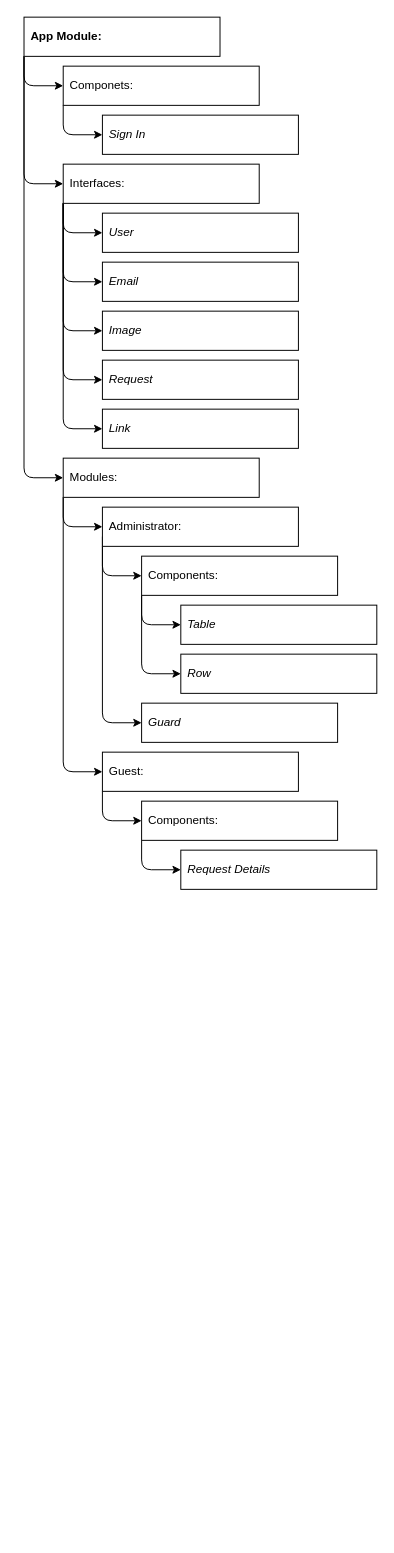
The draw.io diagram design/angulular-building-blocks.drawio in ska-sa/images-hub, before the edit. Source tidied: cells renumbered, new cells numbered last; positions are measured from the earlier drawing's top-left corner, leaving out a move shared by most shapes. Both pictures are drawn from the tidied source at 98%, with x=0, y=0 at pixel (24, 17).
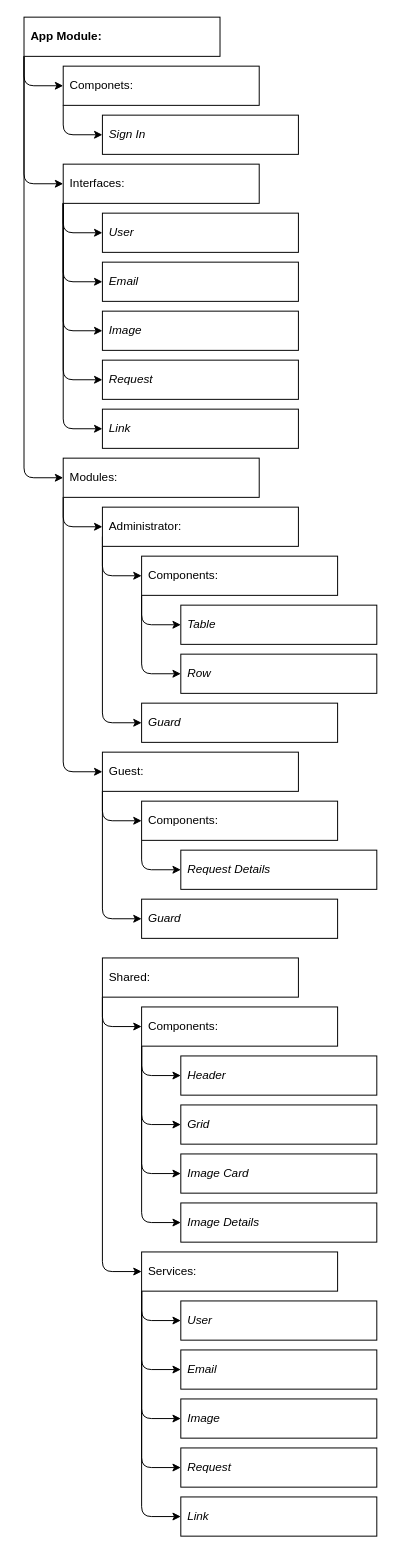
The same page after the edit.

The change refers to these unchanged cells:
```xml
<mxCell id="33" value="Guest:" style="rounded=0;whiteSpace=wrap;html=1;align=left;spacingLeft=5;spacingBottom=5;spacingRight=5;spacingTop=5;" parent="1" vertex="1">
  <mxGeometry x="80" y="750" width="200" height="40" as="geometry" />
</mxCell>
```

The edit, as a diff of the source:
```diff
@@
+    <mxCell id="37" style="edgeStyle=none;html=1;exitX=0;exitY=1;exitDx=0;exitDy=0;entryX=0;entryY=0.5;entryDx=0;entryDy=0;" parent="1" edge="1" source="33" target="38">
+      <mxGeometry relative="1" as="geometry">
+        <Array as="points">
+          <mxPoint x="80" y="920" />
+        </Array>
+      </mxGeometry>
+    </mxCell>
@@
+    <mxCell id="38" value="Guard" style="rounded=0;whiteSpace=wrap;html=1;align=left;spacingLeft=5;spacingBottom=5;spacingRight=5;spacingTop=5;fontStyle=2;" parent="1" vertex="1">
+      <mxGeometry x="120" y="900" width="200" height="40" as="geometry" />
+    </mxCell>
+    <mxCell id="39" style="edgeStyle=none;html=1;exitX=0;exitY=1;exitDx=0;exitDy=0;entryX=0;entryY=0.5;entryDx=0;entryDy=0;" parent="1" edge="1" source="41" target="46">
+      <mxGeometry relative="1" as="geometry">
+        <Array as="points">
+          <mxPoint x="80" y="1030" />
+        </Array>
+      </mxGeometry>
+    </mxCell>
+    <mxCell id="40" style="edgeStyle=none;html=1;exitX=0;exitY=1;exitDx=0;exitDy=0;entryX=0;entryY=0.5;entryDx=0;entryDy=0;" parent="1" edge="1" source="41" target="56">
+      <mxGeometry relative="1" as="geometry">
+        <Array as="points">
+          <mxPoint x="80" y="1280" />
+        </Array>
+      </mxGeometry>
+    </mxCell>
+    <mxCell id="41" value="Shared:" style="rounded=0;whiteSpace=wrap;html=1;align=left;spacingLeft=5;spacingBottom=5;spacingRight=5;spacingTop=5;" parent="1" vertex="1">
+      <mxGeometry x="80" y="960" width="200" height="40" as="geometry" />
+    </mxCell>
+    <mxCell id="42" style="edgeStyle=none;html=1;exitX=0;exitY=1;exitDx=0;exitDy=0;entryX=0;entryY=0.5;entryDx=0;entryDy=0;" parent="1" edge="1" source="46" target="47">
+      <mxGeometry relative="1" as="geometry">
+        <Array as="points">
+          <mxPoint x="120" y="1080" />
+        </Array>
+      </mxGeometry>
+    </mxCell>
+    <mxCell id="43" style="edgeStyle=none;html=1;exitX=0;exitY=1;exitDx=0;exitDy=0;entryX=0;entryY=0.5;entryDx=0;entryDy=0;" parent="1" edge="1" source="46" target="48">
+      <mxGeometry relative="1" as="geometry">
+        <Array as="points">
+          <mxPoint x="120" y="1130" />
+        </Array>
+      </mxGeometry>
+    </mxCell>
+    <mxCell id="44" style="edgeStyle=none;html=1;exitX=0;exitY=1;exitDx=0;exitDy=0;entryX=0;entryY=0.5;entryDx=0;entryDy=0;" parent="1" edge="1" source="46" target="49">
+      <mxGeometry relative="1" as="geometry">
+        <Array as="points">
+          <mxPoint x="120" y="1180" />
+        </Array>
+      </mxGeometry>
+    </mxCell>
+    <mxCell id="45" style="edgeStyle=none;html=1;exitX=0;exitY=1;exitDx=0;exitDy=0;entryX=0;entryY=0.5;entryDx=0;entryDy=0;" parent="1" edge="1" source="46" target="50">
+      <mxGeometry relative="1" as="geometry">
+        <Array as="points">
+          <mxPoint x="120" y="1230" />
+        </Array>
+      </mxGeometry>
+    </mxCell>
+    <mxCell id="46" value="Components:" style="rounded=0;whiteSpace=wrap;html=1;align=left;spacingLeft=5;spacingBottom=5;spacingRight=5;spacingTop=5;" parent="1" vertex="1">
+      <mxGeometry x="120" y="1010" width="200" height="40" as="geometry" />
+    </mxCell>
+    <mxCell id="47" value="Header" style="rounded=0;whiteSpace=wrap;html=1;align=left;spacingLeft=5;spacingBottom=5;spacingRight=5;spacingTop=5;fontStyle=2;" parent="1" vertex="1">
+      <mxGeometry x="160" y="1060" width="200" height="40" as="geometry" />
+    </mxCell>
+    <mxCell id="48" value="Grid" style="rounded=0;whiteSpace=wrap;html=1;align=left;spacingLeft=5;spacingBottom=5;spacingRight=5;spacingTop=5;fontStyle=2;" parent="1" vertex="1">
+      <mxGeometry x="160" y="1110" width="200" height="40" as="geometry" />
+    </mxCell>
+    <mxCell id="49" value="Image Card" style="rounded=0;whiteSpace=wrap;html=1;align=left;spacingLeft=5;spacingBottom=5;spacingRight=5;spacingTop=5;fontStyle=2;" parent="1" vertex="1">
+      <mxGeometry x="160" y="1160" width="200" height="40" as="geometry" />
+    </mxCell>
+    <mxCell id="50" value="Image Details" style="rounded=0;whiteSpace=wrap;html=1;align=left;spacingLeft=5;spacingBottom=5;spacingRight=5;spacingTop=5;fontStyle=2;" parent="1" vertex="1">
+      <mxGeometry x="160" y="1210" width="200" height="40" as="geometry" />
+    </mxCell>
+    <mxCell id="51" style="edgeStyle=none;html=1;exitX=0;exitY=1;exitDx=0;exitDy=0;entryX=0;entryY=0.5;entryDx=0;entryDy=0;" parent="1" edge="1" source="56" target="57">
+      <mxGeometry relative="1" as="geometry">
+        <Array as="points">
+          <mxPoint x="120" y="1330" />
+        </Array>
+      </mxGeometry>
+    </mxCell>
+    <mxCell id="52" style="edgeStyle=none;html=1;exitX=0;exitY=1;exitDx=0;exitDy=0;entryX=0;entryY=0.5;entryDx=0;entryDy=0;" parent="1" edge="1" source="56" target="58">
+      <mxGeometry relative="1" as="geometry">
+        <Array as="points">
+          <mxPoint x="120" y="1380" />
+        </Array>
+      </mxGeometry>
+    </mxCell>
+    <mxCell id="53" style="edgeStyle=none;html=1;exitX=0;exitY=1;exitDx=0;exitDy=0;entryX=0;entryY=0.5;entryDx=0;entryDy=0;" parent="1" edge="1" source="56" target="59">
+      <mxGeometry relative="1" as="geometry">
+        <Array as="points">
+          <mxPoint x="120" y="1430" />
+        </Array>
+      </mxGeometry>
+    </mxCell>
+    <mxCell id="54" style="edgeStyle=none;html=1;exitX=0;exitY=1;exitDx=0;exitDy=0;entryX=0;entryY=0.5;entryDx=0;entryDy=0;" parent="1" edge="1" source="56" target="60">
+      <mxGeometry relative="1" as="geometry">
+        <Array as="points">
+          <mxPoint x="120" y="1480" />
+        </Array>
+      </mxGeometry>
+    </mxCell>
+    <mxCell id="55" style="edgeStyle=none;html=1;exitX=0;exitY=1;exitDx=0;exitDy=0;entryX=0;entryY=0.5;entryDx=0;entryDy=0;" parent="1" edge="1" source="56" target="61">
+      <mxGeometry relative="1" as="geometry">
+        <Array as="points">
+          <mxPoint x="120" y="1530" />
+        </Array>
+      </mxGeometry>
+    </mxCell>
+    <mxCell id="56" value="Services:" style="rounded=0;whiteSpace=wrap;html=1;align=left;spacingLeft=5;spacingBottom=5;spacingRight=5;spacingTop=5;" parent="1" vertex="1">
+      <mxGeometry x="120" y="1260" width="200" height="40" as="geometry" />
+    </mxCell>
+    <mxCell id="57" value="User" style="rounded=0;whiteSpace=wrap;html=1;align=left;spacingLeft=5;spacingBottom=5;spacingRight=5;spacingTop=5;fontStyle=2;" parent="1" vertex="1">
+      <mxGeometry x="160" y="1310" width="200" height="40" as="geometry" />
+    </mxCell>
+    <mxCell id="58" value="Email" style="rounded=0;whiteSpace=wrap;html=1;align=left;spacingLeft=5;spacingBottom=5;spacingRight=5;spacingTop=5;fontStyle=2;" parent="1" vertex="1">
+      <mxGeometry x="160" y="1360" width="200" height="40" as="geometry" />
+    </mxCell>
+    <mxCell id="59" value="Image" style="rounded=0;whiteSpace=wrap;html=1;align=left;spacingLeft=5;spacingBottom=5;spacingRight=5;spacingTop=5;fontStyle=2;" parent="1" vertex="1">
+      <mxGeometry x="160" y="1410" width="200" height="40" as="geometry" />
+    </mxCell>
+    <mxCell id="60" value="Request" style="rounded=0;whiteSpace=wrap;html=1;align=left;spacingLeft=5;spacingBottom=5;spacingRight=5;spacingTop=5;fontStyle=2;" parent="1" vertex="1">
+      <mxGeometry x="160" y="1460" width="200" height="40" as="geometry" />
+    </mxCell>
+    <mxCell id="61" value="Link" style="rounded=0;whiteSpace=wrap;html=1;align=left;spacingLeft=5;spacingBottom=5;spacingRight=5;spacingTop=5;fontStyle=2;" parent="1" vertex="1">
+      <mxGeometry x="160" y="1510" width="200" height="40" as="geometry" />
+    </mxCell>
```
